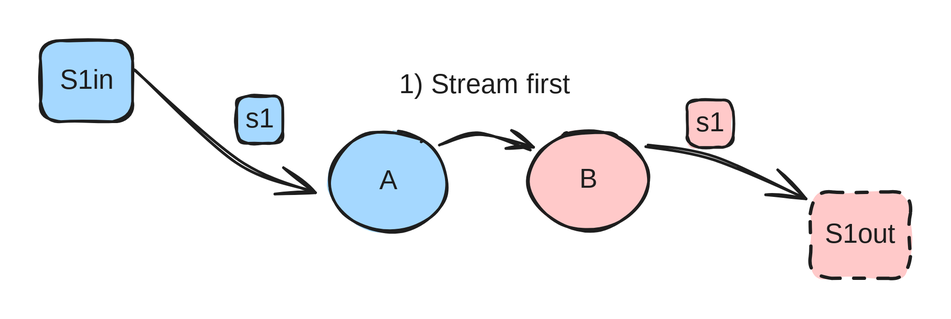
decaswap-labs/docs keeps this Excalidraw diagram as .gitbook/assets/file.excalidraw (11).svg. Above is the earlier version. Source tidied: one line per element, renumbered; positions are measured from the earlier drawing's top-left corner, leaving out a move shared by most shapes.
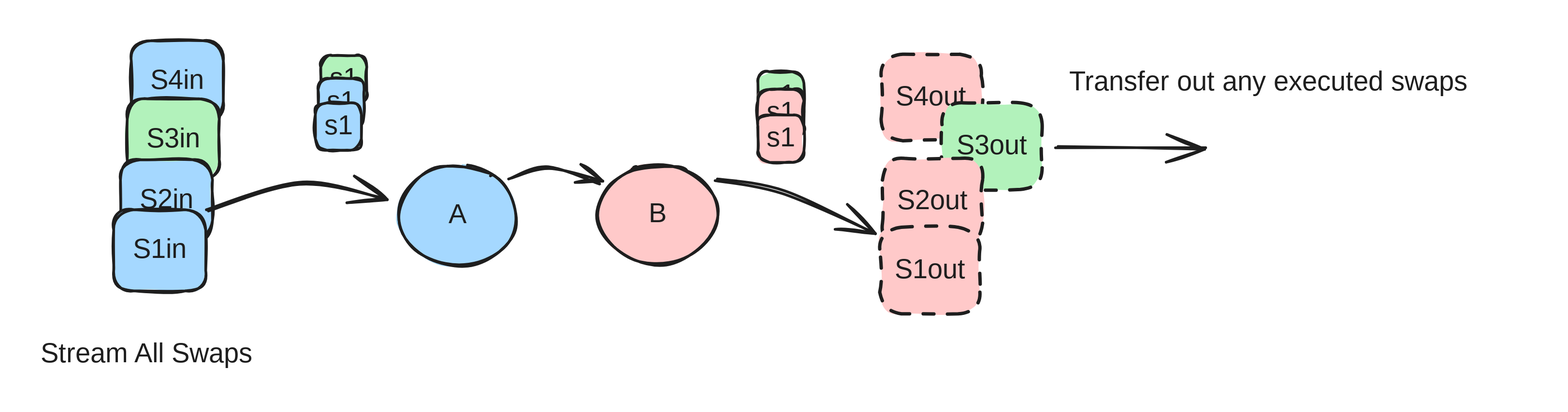
The same diagram one commit later.

Commit message:
GITBOOK-12: No subject

Change to the diagram source:
```diff
@@ -1,16 +1,38 @@
-{"id": 0, "type": "rectangle", "strokeColor": "#1e1e1e", "backgroundColor": "#a5d8ff", "fillStyle": "solid", "strokeWidth": 2, "roughness": 1, "round": true, "x": 0, "y": 0, "width": 68, "height": 60}
+{"id": 0, "type": "rectangle", "strokeColor": "#1e1e1e", "backgroundColor": "#a5d8ff", "fillStyle": "solid", "strokeWidth": 2, "roughness": 1, "round": true, "x": 16, "y": -25, "width": 68, "height": 60}
-{"id": 1, "type": "text", "text": "S1in", "strokeColor": "#1e1e1e", "strokeWidth": 2, "roughness": 1, "fontSize": 20, "fontFamily": 1, "textAlign": "center", "verticalAlign": "middle", "inside": 0, "x": 18, "y": 18, "width": 31, "height": 25}
+{"id": 1, "type": "text", "text": "S4in", "strokeColor": "#1e1e1e", "strokeWidth": 2, "roughness": 1, "fontSize": 20, "fontFamily": 1, "textAlign": "center", "verticalAlign": "middle", "inside": 0, "x": 31, "y": -8, "width": 39, "height": 25}
+{"id": 16, "type": "rectangle", "strokeColor": "#1e1e1e", "backgroundColor": "#b2f2bb", "fillStyle": "solid", "strokeWidth": 2, "roughness": 1, "round": true, "x": 13, "y": 18, "width": 68, "height": 60}
+{"id": 17, "type": "text", "text": "S3in", "strokeColor": "#1e1e1e", "strokeWidth": 2, "roughness": 1, "fontSize": 20, "fontFamily": 1, "textAlign": "center", "verticalAlign": "middle", "inside": 16, "x": 27, "y": 36, "width": 40, "height": 25}
+{"id": 18, "type": "rectangle", "strokeColor": "#1e1e1e", "backgroundColor": "#a5d8ff", "fillStyle": "solid", "strokeWidth": 2, "roughness": 1, "round": true, "x": 8, "y": 63, "width": 68, "height": 60}
+{"id": 19, "type": "text", "text": "S2in", "strokeColor": "#1e1e1e", "strokeWidth": 2, "roughness": 1, "fontSize": 20, "fontFamily": 1, "textAlign": "center", "verticalAlign": "middle", "inside": 18, "x": 22, "y": 80, "width": 40, "height": 25}
+{"id": 20, "type": "rectangle", "strokeColor": "#1e1e1e", "backgroundColor": "#a5d8ff", "fillStyle": "solid", "strokeWidth": 2, "roughness": 1, "round": true, "x": 3, "y": 100, "width": 68, "height": 60}
+{"id": 21, "type": "text", "text": "S1in", "strokeColor": "#1e1e1e", "strokeWidth": 2, "roughness": 1, "fontSize": 20, "fontFamily": 1, "textAlign": "center", "verticalAlign": "middle", "inside": 20, "x": 21, "y": 118, "width": 31, "height": 25}
 {"id": 2, "type": "ellipse", "strokeColor": "#1e1e1e", "backgroundColor": "#a5d8ff", "fillStyle": "solid", "strokeWidth": 2, "roughness": 1, "round": true, "x": 213, "y": 68, "width": 88, "height": 74}
 {"id": 3, "type": "text", "text": "A", "strokeColor": "#1e1e1e", "backgroundColor": "#ffc9c9", "fillStyle": "solid", "strokeWidth": 2, "roughness": 1, "fontSize": 20, "fontFamily": 1, "textAlign": "center", "verticalAlign": "middle", "inside": 2, "x": 250, "y": 92, "width": 13, "height": 25}
 {"id": 4, "type": "ellipse", "strokeColor": "#1e1e1e", "backgroundColor": "#ffc9c9", "fillStyle": "solid", "strokeWidth": 2, "roughness": 1, "round": true, "x": 361, "y": 66, "width": 88, "height": 74}
 {"id": 5, "type": "text", "text": "B", "strokeColor": "#1e1e1e", "backgroundColor": "#ffc9c9", "fillStyle": "solid", "strokeWidth": 2, "roughness": 1, "fontSize": 20, "fontFamily": 1, "textAlign": "center", "verticalAlign": "middle", "inside": 4, "x": 398, "y": 91, "width": 15, "height": 25}
-{"id": 6, "type": "rectangle", "strokeColor": "#1e1e1e", "backgroundColor": "#ffc9c9", "fillStyle": "solid", "strokeWidth": 2, "strokeStyle": "dashed", "roughness": 1, "round": true, "x": 569, "y": 112, "width": 74, "height": 64}
-{"id": 7, "type": "text", "text": "S1out", "strokeColor": "#1e1e1e", "strokeWidth": 2, "roughness": 1, "fontSize": 20, "fontFamily": 1, "textAlign": "center", "verticalAlign": "middle", "inside": 6, "x": 580, "y": 132, "width": 51, "height": 25}
-{"id": 8, "type": "arrow", "strokeColor": "#1e1e1e", "backgroundColor": "#ffc9c9", "fillStyle": "solid", "strokeWidth": 2, "roughness": 1, "endArrowhead": "arrow", "round": true, "from": 0, "to": 2, "x": 70, "y": 22, "width": 132, "height": 90, "points": [[0, 0], [75, 68], [132, 90]]}
+{"id": 8, "type": "arrow", "strokeColor": "#1e1e1e", "backgroundColor": "#ffc9c9", "fillStyle": "solid", "strokeWidth": 2, "roughness": 1, "endArrowhead": "arrow", "round": true, "from": 20, "to": 2, "x": 73, "y": 101, "width": 131, "height": 20, "points": [[0, 0], [68, -20], [131, -9]]}
 {"id": 9, "type": "arrow", "strokeColor": "#1e1e1e", "backgroundColor": "#ffc9c9", "fillStyle": "solid", "strokeWidth": 2, "roughness": 1, "endArrowhead": "arrow", "round": true, "from": 2, "to": 4, "x": 295, "y": 77, "width": 68, "height": 12, "points": [[0, 0], [29, -8], [68, 4]]}
-{"id": 10, "type": "arrow", "strokeColor": "#1e1e1e", "backgroundColor": "#ffc9c9", "fillStyle": "solid", "strokeWidth": 2, "roughness": 1, "endArrowhead": "arrow", "round": true, "from": 4, "to": 6, "x": 448, "y": 79, "width": 116, "height": 37, "points": [[0, 0], [50, 9], [116, 37]]}
+{"id": 10, "type": "arrow", "strokeColor": "#1e1e1e", "backgroundColor": "#ffc9c9", "fillStyle": "solid", "strokeWidth": 2, "roughness": 1, "endArrowhead": "arrow", "round": true, "from": 4, "to": 27, "x": 448, "y": 79, "width": 116, "height": 37, "points": [[0, 0], [50, 9], [116, 37]]}
+{"id": 22, "type": "text", "text": "Stream All Swaps", "strokeColor": "#1e1e1e", "backgroundColor": "#ffc9c9", "fillStyle": "solid", "strokeWidth": 2, "strokeStyle": "dashed", "roughness": 1, "fontSize": 20, "fontFamily": 1, "x": -51, "y": 194, "width": 171, "height": 25}
+{"id": 23, "type": "rectangle", "strokeColor": "#1e1e1e", "backgroundColor": "#ffc9c9", "fillStyle": "solid", "strokeWidth": 2, "strokeStyle": "dashed", "roughness": 1, "round": true, "x": 570, "y": -15, "width": 74, "height": 64}
+{"id": 24, "type": "text", "text": "S4out", "strokeColor": "#1e1e1e", "strokeWidth": 2, "roughness": 1, "fontSize": 20, "fontFamily": 1, "textAlign": "center", "verticalAlign": "middle", "inside": 23, "x": 578, "y": 4, "width": 59, "height": 25}
+{"id": 25, "type": "rectangle", "strokeColor": "#1e1e1e", "backgroundColor": "#b2f2bb", "fillStyle": "solid", "strokeWidth": 2, "strokeStyle": "dashed", "roughness": 1, "round": true, "x": 615, "y": 21, "width": 74, "height": 64}
+{"id": 26, "type": "text", "text": "S3out", "strokeColor": "#1e1e1e", "strokeWidth": 2, "roughness": 1, "fontSize": 20, "fontFamily": 1, "textAlign": "center", "verticalAlign": "middle", "inside": 25, "x": 622, "y": 40, "width": 60, "height": 25}
+{"id": 6, "type": "rectangle", "strokeColor": "#1e1e1e", "backgroundColor": "#ffc9c9", "fillStyle": "solid", "strokeWidth": 2, "strokeStyle": "dashed", "roughness": 1, "round": true, "x": 571, "y": 62, "width": 74, "height": 64}
+{"id": 7, "type": "text", "text": "S2out", "strokeColor": "#1e1e1e", "strokeWidth": 2, "roughness": 1, "fontSize": 20, "fontFamily": 1, "textAlign": "center", "verticalAlign": "middle", "inside": 6, "x": 578, "y": 82, "width": 60, "height": 25}
+{"id": 27, "type": "rectangle", "strokeColor": "#1e1e1e", "backgroundColor": "#ffc9c9", "fillStyle": "solid", "strokeWidth": 2, "strokeStyle": "dashed", "roughness": 1, "round": true, "x": 569, "y": 113, "width": 74, "height": 64}
+{"id": 28, "type": "text", "text": "S1out", "strokeColor": "#1e1e1e", "strokeWidth": 2, "roughness": 1, "fontSize": 20, "fontFamily": 1, "textAlign": "center", "verticalAlign": "middle", "inside": 27, "x": 580, "y": 132, "width": 51, "height": 25}
+{"id": 29, "type": "rectangle", "strokeColor": "#1e1e1e", "backgroundColor": "#b2f2bb", "fillStyle": "solid", "strokeWidth": 2, "roughness": 1, "round": true, "x": 156, "y": -14, "width": 34, "height": 35}
+{"id": 30, "type": "text", "text": "s1", "strokeColor": "#1e1e1e", "strokeWidth": 2, "roughness": 1, "fontSize": 20, "fontFamily": 1, "textAlign": "center", "verticalAlign": "middle", "inside": 29, "x": 165, "y": -9, "width": 16, "height": 25}
+{"id": 31, "type": "rectangle", "strokeColor": "#1e1e1e", "backgroundColor": "#a5d8ff", "fillStyle": "solid", "strokeWidth": 2, "roughness": 1, "round": true, "x": 154, "y": 3, "width": 34, "height": 35}
+{"id": 32, "type": "text", "text": "s1", "strokeColor": "#1e1e1e", "strokeWidth": 2, "roughness": 1, "fontSize": 20, "fontFamily": 1, "textAlign": "center", "verticalAlign": "middle", "inside": 31, "x": 163, "y": 8, "width": 16, "height": 25}
-{"id": 11, "type": "rectangle", "strokeColor": "#1e1e1e", "backgroundColor": "#a5d8ff", "fillStyle": "solid", "strokeWidth": 2, "roughness": 1, "round": true, "x": 145, "y": 41, "width": 34, "height": 35}
+{"id": 11, "type": "rectangle", "strokeColor": "#1e1e1e", "backgroundColor": "#a5d8ff", "fillStyle": "solid", "strokeWidth": 2, "roughness": 1, "round": true, "x": 152, "y": 21, "width": 34, "height": 35}
-{"id": 12, "type": "text", "text": "s1", "strokeColor": "#1e1e1e", "strokeWidth": 2, "roughness": 1, "fontSize": 20, "fontFamily": 1, "textAlign": "center", "verticalAlign": "middle", "inside": 11, "x": 154, "y": 46, "width": 16, "height": 25}
+{"id": 12, "type": "text", "text": "s1", "strokeColor": "#1e1e1e", "strokeWidth": 2, "roughness": 1, "fontSize": 20, "fontFamily": 1, "textAlign": "center", "verticalAlign": "middle", "inside": 11, "x": 161, "y": 26, "width": 16, "height": 25}
+{"id": 33, "type": "rectangle", "strokeColor": "#1e1e1e", "backgroundColor": "#b2f2bb", "fillStyle": "solid", "strokeWidth": 2, "roughness": 1, "round": true, "x": 479, "y": -2, "width": 34, "height": 35}
+{"id": 34, "type": "text", "text": "s1", "strokeColor": "#1e1e1e", "strokeWidth": 2, "roughness": 1, "fontSize": 20, "fontFamily": 1, "textAlign": "center", "verticalAlign": "middle", "inside": 33, "x": 488, "y": 3, "width": 16, "height": 25}
+{"id": 35, "type": "rectangle", "strokeColor": "#1e1e1e", "backgroundColor": "#ffc9c9", "fillStyle": "solid", "strokeWidth": 2, "roughness": 1, "round": true, "x": 479, "y": 11, "width": 34, "height": 35}
+{"id": 36, "type": "text", "text": "s1", "strokeColor": "#1e1e1e", "strokeWidth": 2, "roughness": 1, "fontSize": 20, "fontFamily": 1, "textAlign": "center", "verticalAlign": "middle", "inside": 35, "x": 488, "y": 16, "width": 16, "height": 25}
-{"id": 13, "type": "rectangle", "strokeColor": "#1e1e1e", "backgroundColor": "#ffc9c9", "fillStyle": "solid", "strokeWidth": 2, "roughness": 1, "round": true, "x": 478, "y": 44, "width": 34, "height": 35}
+{"id": 13, "type": "rectangle", "strokeColor": "#1e1e1e", "backgroundColor": "#ffc9c9", "fillStyle": "solid", "strokeWidth": 2, "roughness": 1, "round": true, "x": 479, "y": 30, "width": 34, "height": 35}
-{"id": 14, "type": "text", "text": "s1", "strokeColor": "#1e1e1e", "strokeWidth": 2, "roughness": 1, "fontSize": 20, "fontFamily": 1, "textAlign": "center", "verticalAlign": "middle", "inside": 13, "x": 487, "y": 49, "width": 16, "height": 25}
+{"id": 14, "type": "text", "text": "s1", "strokeColor": "#1e1e1e", "strokeWidth": 2, "roughness": 1, "fontSize": 20, "fontFamily": 1, "textAlign": "center", "verticalAlign": "middle", "inside": 13, "x": 488, "y": 35, "width": 16, "height": 25}
+{"id": 37, "type": "arrow", "strokeColor": "#1e1e1e", "backgroundColor": "#b2f2bb", "fillStyle": "solid", "strokeWidth": 2, "roughness": 1, "endArrowhead": "arrow", "round": true, "from": 25, "x": 700, "y": 54, "width": 110, "height": 1, "points": [[0, 0], [110, 1]]}
-{"id": 15, "type": "text", "text": "1) Stream first", "strokeColor": "#1e1e1e", "backgroundColor": "#ffc9c9", "fillStyle": "solid", "strokeWidth": 2, "strokeStyle": "dashed", "roughness": 1, "fontSize": 20, "fontFamily": 1, "x": 265, "y": 20, "width": 146, "height": 25}
+{"id": 15, "type": "text", "text": "Transfer out any executed swaps", "strokeColor": "#1e1e1e", "backgroundColor": "#ffc9c9", "fillStyle": "solid", "strokeWidth": 2, "strokeStyle": "dashed", "roughness": 1, "fontSize": 20, "fontFamily": 1, "x": 709, "y": -6, "width": 339, "height": 25}
```
